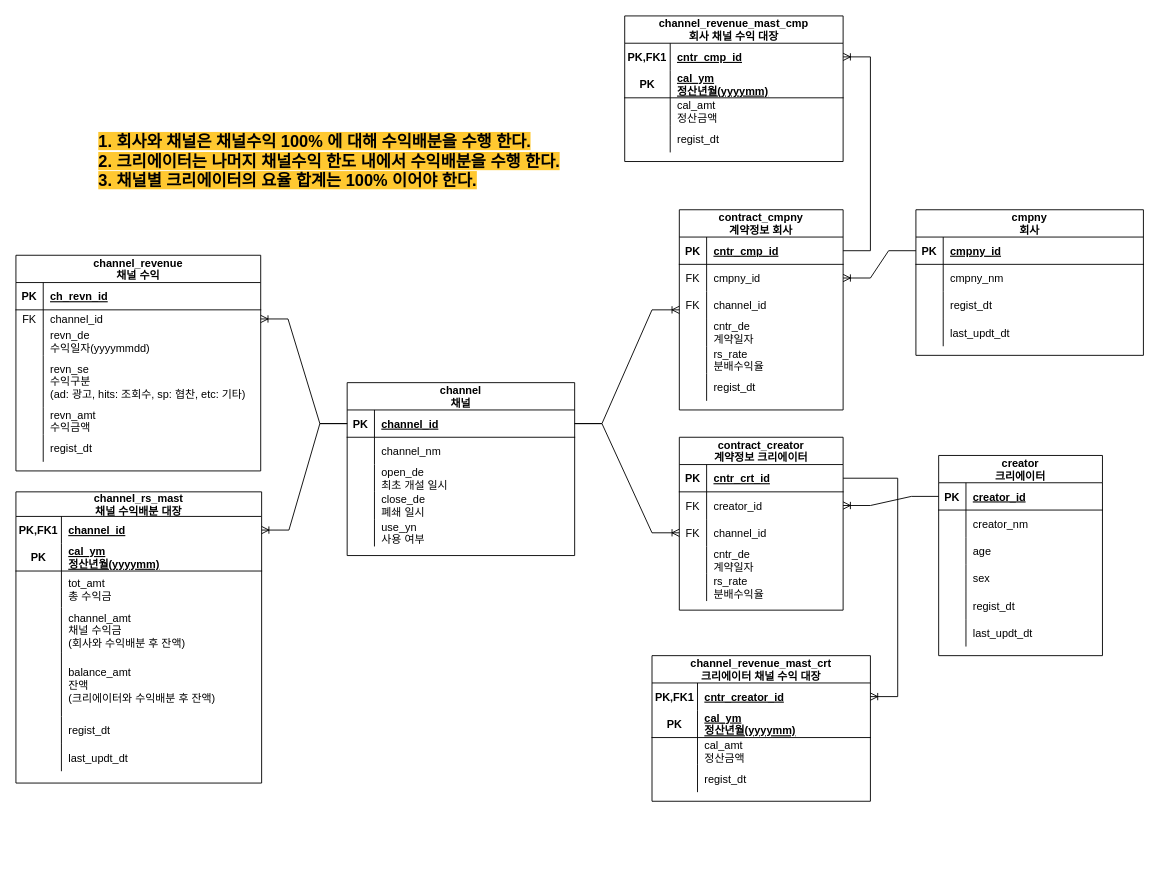
Above: page "Page-1" (1 of 2) of RevenueShare.drawio in minkyu1128/DomainDesign (draw.io), before the change. Source tidied: cells renumbered, new cells numbered last; positions are measured from the earlier drawing's top-left corner, leaving out a move shared by most shapes. Both pictures are drawn from the tidied source at 91%, with x=0, y=0 at pixel (15, 15).
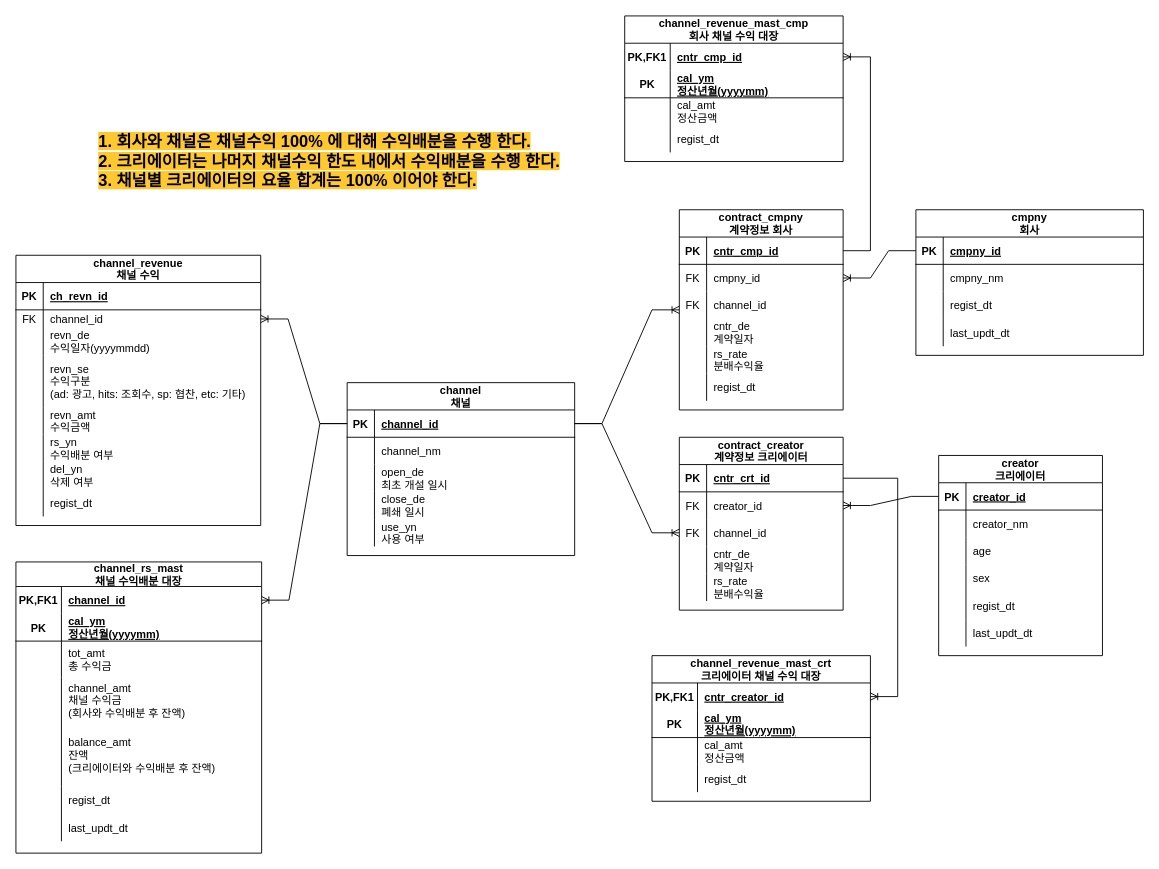
Above is the later version.

What changed in the source:
```diff
@@
     <mxCell id="85" value="channel_revenue&#10;채널 수익" style="shape=table;startSize=30;childLayout=tableLayout;rowLines=0;fontStyle=1;align=center;" parent="1" vertex="1">
-      <mxGeometry y="263" width="269" height="237" as="geometry" />
+      <mxGeometry y="263" width="269" height="297" as="geometry" />
     </mxCell>
@@
+    <mxCell id="162" style="shape=tableRow;horizontal=0;startSize=0;swimlaneHead=0;swimlaneBody=0;fillColor=none;top=0;left=0;right=0;bottom=0;" parent="85" vertex="1">
+      <mxGeometry y="197" width="269" height="30" as="geometry" />
+    </mxCell>
+    <mxCell id="163" style="shape=partialRectangle;fillColor=none;top=0;left=0;bottom=0;right=0;overflow=hidden;" parent="162" vertex="1">
+      <mxGeometry width="30" height="30" as="geometry" />
+    </mxCell>
+    <mxCell id="164" value="rs_yn&#10;수익배분 여부" style="shape=partialRectangle;fillColor=none;top=0;left=0;bottom=0;right=0;align=left;spacingLeft=6;overflow=hidden;" parent="162" vertex="1">
+      <mxGeometry x="30" width="239" height="30" as="geometry" />
+    </mxCell>
+    <mxCell id="165" style="shape=tableRow;horizontal=0;startSize=0;swimlaneHead=0;swimlaneBody=0;fillColor=none;top=0;left=0;right=0;bottom=0;" parent="85" vertex="1">
+      <mxGeometry y="227" width="269" height="30" as="geometry" />
+    </mxCell>
+    <mxCell id="166" style="shape=partialRectangle;fillColor=none;top=0;left=0;bottom=0;right=0;overflow=hidden;" parent="165" vertex="1">
+      <mxGeometry width="30" height="30" as="geometry" />
+    </mxCell>
+    <mxCell id="167" value="del_yn&#10;삭제 여부" style="shape=partialRectangle;fillColor=none;top=0;left=0;bottom=0;right=0;align=left;spacingLeft=6;overflow=hidden;" parent="165" vertex="1">
+      <mxGeometry x="30" width="239" height="30" as="geometry" />
+    </mxCell>
     <mxCell id="101" style="shape=tableRow;horizontal=0;startSize=0;swimlaneHead=0;swimlaneBody=0;fillColor=none;top=0;left=0;right=0;bottom=0;" parent="85" vertex="1">
-      <mxGeometry y="197" width="269" height="30" as="geometry" />
+      <mxGeometry y="257" width="269" height="30" as="geometry" />
     </mxCell>
@@
     <mxCell id="110" value="channel_rs_mast&#10;채널 수익배분 대장" style="shape=table;startSize=27;childLayout=tableLayout;rowLines=0;fontStyle=1;align=center;labelBackgroundColor=none;" parent="1" vertex="1">
-      <mxGeometry y="523" width="270" height="320" as="geometry" />
+      <mxGeometry y="600" width="270" height="320" as="geometry" />
     </mxCell>
```
